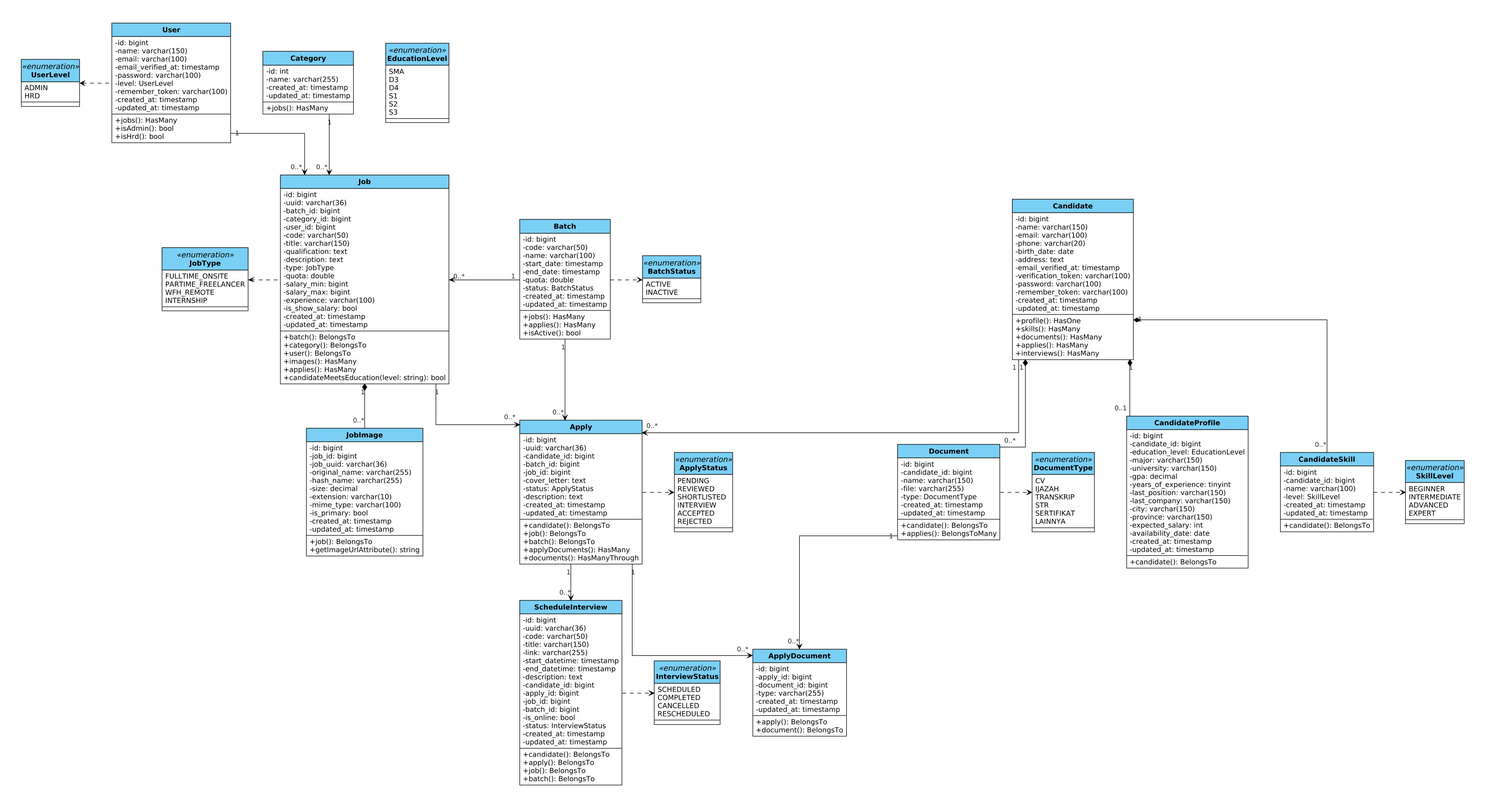
Madtive-Studio/klinik_keluarga_career keeps this PlantUML diagram as public/assets/diagrams/VP/Class Diagram.png. Above is the earlier version. Source of this version:
```plantuml
@startuml
skinparam defaultFontName Arial
skinparam defaultFontSize 14
skinparam dpi 115
skinparam defaultFontColor #000000
skinparam shadowing false
skinparam roundcorner 0
skinparam linetype ortho
skinparam nodesep 60
skinparam ranksep 60

hide circle
skinparam classAttributeIconSize 0

skinparam package {
  BackgroundColor transparent
  BorderColor transparent
  FontColor transparent
  FontSize 1
}

skinparam class {
  BackgroundColor #FFFFFF
  HeaderBackgroundColor #7ACFF5
  BorderColor #000000
  BorderThickness 1
  FontColor #000000
  FontSize 16
  FontName Arial
  FontStyle bold
  AttributeFontColor #000000
  AttributeFontSize 13
  AttributeFontName Arial
}

skinparam enum {
  BackgroundColor #FFFFFF
  HeaderBackgroundColor #7ACFF5
  BorderColor #000000
  BorderThickness 1
  FontColor #000000
  FontSize 14
  FontName Arial
  FontStyle bold
  AttributeFontColor #000000
  AttributeFontSize 12
}

skinparam ArrowColor #000000
skinparam ArrowFontSize 12
skinparam ArrowFontColor #222222

package "Vacancies" {
  class User {
    -id: bigint
    -name: varchar(150)
    -email: varchar(100)
    -email_verified_at: timestamp
    -password: varchar(100)
    -level: UserLevel
    -remember_token: varchar(100)
    -created_at: timestamp
    -updated_at: timestamp
    __
    +jobs(): HasMany
    +isAdmin(): bool
    +isHrd(): bool
  }

  enum UserLevel <<enumeration>> {
    ADMIN
    HRD
  }

  class Category {
    -id: int
    -name: varchar(255)
    -created_at: timestamp
    -updated_at: timestamp
    __
    +jobs(): HasMany
  }

  class Job {
    -id: bigint
    -uuid: varchar(36)
    -batch_id: bigint
    -category_id: bigint
    -user_id: bigint
    -code: varchar(50)
    -title: varchar(150)
    -qualification: text
    -description: text
    -type: JobType
    -quota: double
    -salary_min: bigint
    -salary_max: bigint
    -experience: varchar(100)
    -is_show_salary: bool
    -created_at: timestamp
    -updated_at: timestamp
    __
    +batch(): BelongsTo
    +category(): BelongsTo
    +user(): BelongsTo
    +images(): HasMany
    +applies(): HasMany
    +candidateMeetsEducation(level: string): bool
  }

  enum JobType <<enumeration>> {
    FULLTIME_ONSITE
    PARTIME_FREELANCER
    WFH_REMOTE
    INTERNSHIP
  }

  class JobImage {
    -id: bigint
    -job_id: bigint
    -job_uuid: varchar(36)
    -original_name: varchar(255)
    -hash_name: varchar(255)
    -size: decimal
    -extension: varchar(10)
    -mime_type: varchar(100)
    -is_primary: bool
    -created_at: timestamp
    -updated_at: timestamp
    __
    +job(): BelongsTo
    +getImageUrlAttribute(): string
  }

  enum EducationLevel <<enumeration>> {
    SMA
    D3
    D4
    S1
    S2
    S3
  }
}

package "Selection" {
  class Batch {
    -id: bigint
    -code: varchar(50)
    -name: varchar(100)
    -start_date: timestamp
    -end_date: timestamp
    -quota: double
    -status: BatchStatus
    -created_at: timestamp
    -updated_at: timestamp
    __
    +jobs(): HasMany
    +applies(): HasMany
    +isActive(): bool
  }

  enum BatchStatus <<enumeration>> {
    ACTIVE
    INACTIVE
  }

  class Apply {
    -id: bigint
    -uuid: varchar(36)
    -candidate_id: bigint
    -batch_id: bigint
    -job_id: bigint
    -cover_letter: text
    -status: ApplyStatus
    -description: text
    -created_at: timestamp
    -updated_at: timestamp
    __
    +candidate(): BelongsTo
    +job(): BelongsTo
    +batch(): BelongsTo
    +applyDocuments(): HasMany
    +documents(): HasManyThrough
  }

  enum ApplyStatus <<enumeration>> {
    PENDING
    REVIEWED
    SHORTLISTED
    INTERVIEW
    ACCEPTED
    REJECTED
  }

  class ApplyDocument {
    -id: bigint
    -apply_id: bigint
    -document_id: bigint
    -type: varchar(255)
    -created_at: timestamp
    -updated_at: timestamp
    __
    +apply(): BelongsTo
    +document(): BelongsTo
  }

  class ScheduleInterview {
    -id: bigint
    -uuid: varchar(36)
    -code: varchar(50)
    -title: varchar(150)
    -link: varchar(255)
    -start_datetime: timestamp
    -end_datetime: timestamp
    -description: text
    -candidate_id: bigint
    -apply_id: bigint
    -job_id: bigint
    -batch_id: bigint
    -is_online: bool
    -status: InterviewStatus
    -created_at: timestamp
    -updated_at: timestamp
    __
    +candidate(): BelongsTo
    +apply(): BelongsTo
    +job(): BelongsTo
    +batch(): BelongsTo
  }

  enum InterviewStatus <<enumeration>> {
    SCHEDULED
    COMPLETED
    CANCELLED
    RESCHEDULED
  }
}

package "CandidatePkg" {
  class Candidate {
    -id: bigint
    -name: varchar(150)
    -email: varchar(100)
    -phone: varchar(20)
    -birth_date: date
    -address: text
    -email_verified_at: timestamp
    -verification_token: varchar(100)
    -password: varchar(100)
    -remember_token: varchar(100)
    -created_at: timestamp
    -updated_at: timestamp
    __
    +profile(): HasOne
    +skills(): HasMany
    +documents(): HasMany
    +applies(): HasMany
    +interviews(): HasMany
  }

  class CandidateProfile {
    -id: bigint
    -candidate_id: bigint
    -education_level: EducationLevel
    -major: varchar(150)
    -university: varchar(150)
    -gpa: decimal
    -years_of_experience: tinyint
    -last_position: varchar(150)
    -last_company: varchar(150)
    -city: varchar(150)
    -province: varchar(150)
    -expected_salary: int
    -availability_date: date
    -created_at: timestamp
    -updated_at: timestamp
    __
    +candidate(): BelongsTo
  }

  class CandidateSkill {
    -id: bigint
    -candidate_id: bigint
    -name: varchar(100)
    -level: SkillLevel
    -created_at: timestamp
    -updated_at: timestamp
    __
    +candidate(): BelongsTo
  }

  enum SkillLevel <<enumeration>> {
    BEGINNER
    INTERMEDIATE
    ADVANCED
    EXPERT
  }

  class Document {
    -id: bigint
    -candidate_id: bigint
    -name: varchar(150)
    -file: varchar(255)
    -type: DocumentType
    -created_at: timestamp
    -updated_at: timestamp
    __
    +candidate(): BelongsTo
    +applies(): BelongsToMany
  }

  enum DocumentType <<enumeration>> {
    CV
    IJAZAH
    TRANSKRIP
    STR
    SERTIFIKAT
    LAINNYA
  }
}

Vacancies -[hidden]right-> Selection
Selection -[hidden]right-> CandidatePkg


User "1" -down-> "0..*" Job
User -left.> UserLevel
Category "1" -down-> "0..*" Job
Job "1" *-down- "0..*" JobImage
Job -left.> JobType

Batch -right.> BatchStatus
Apply -right.> ApplyStatus
Apply "1" -down-> "0..*" ApplyDocument
Apply "1" -down-> "0..*" ScheduleInterview
ScheduleInterview -right.> InterviewStatus

Candidate "1" *-down- "0..*" Document
Candidate "1" *-down- "0..1" CandidateProfile
Candidate "1" *-down- "0..*" CandidateSkill
Document -[hidden]right-> CandidateProfile
CandidateProfile -[hidden]right-> CandidateSkill
CandidateSkill -right.> SkillLevel
Document -right.> DocumentType


Batch "1" -left-> "0..*" Job

Batch "1" -down-> "0..*" Apply

Job "1" -right-> "0..*" Apply

Candidate "1" -left-> "0..*" Apply

Document "1" -[#000000]down-> "0..*" ApplyDocument
@enduml
```
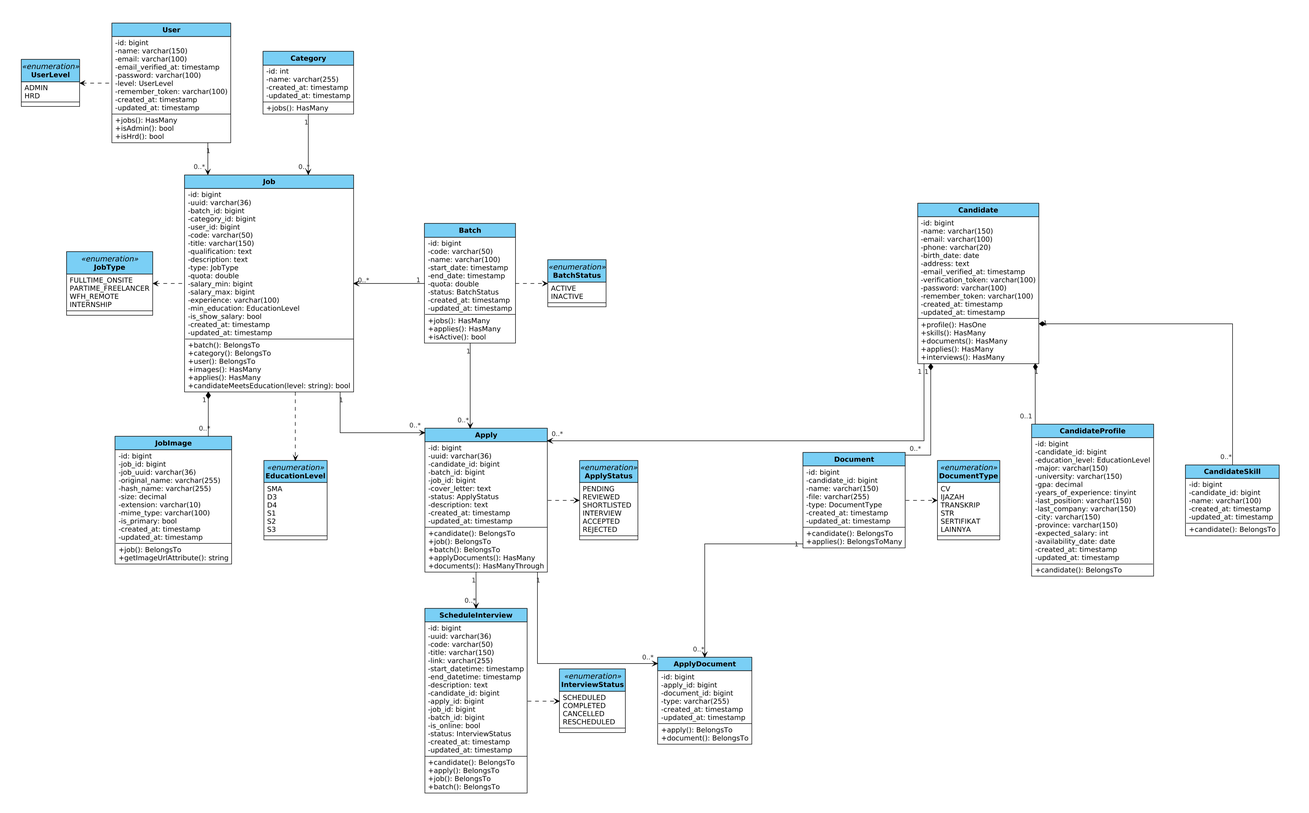
The same diagram one commit later.

Commit message:
docs: re-render class and sequence diagram PNG images

Diff of the diagram source:
```diff
@@ -96,6 +96,7 @@
     -salary_min: bigint
     -salary_max: bigint
     -experience: varchar(100)
+    -min_education: EducationLevel
     -is_show_salary: bool
     -created_at: timestamp
     -updated_at: timestamp
@@ -282,18 +283,10 @@
     -id: bigint
     -candidate_id: bigint
     -name: varchar(100)
-    -level: SkillLevel
     -created_at: timestamp
     -updated_at: timestamp
     __
     +candidate(): BelongsTo
-  }
-
-  enum SkillLevel <<enumeration>> {
-    BEGINNER
-    INTERMEDIATE
-    ADVANCED
-    EXPERT
   }
 
   class Document {
@@ -328,6 +321,7 @@
 Category "1" -down-> "0..*" Job
 Job "1" *-down- "0..*" JobImage
 Job -left.> JobType
+Job -down.> EducationLevel
 
 Batch -right.> BatchStatus
 Apply -right.> ApplyStatus
@@ -340,7 +334,6 @@
 Candidate "1" *-down- "0..*" CandidateSkill
 Document -[hidden]right-> CandidateProfile
 CandidateProfile -[hidden]right-> CandidateSkill
-CandidateSkill -right.> SkillLevel
 Document -right.> DocumentType
 
 
```
